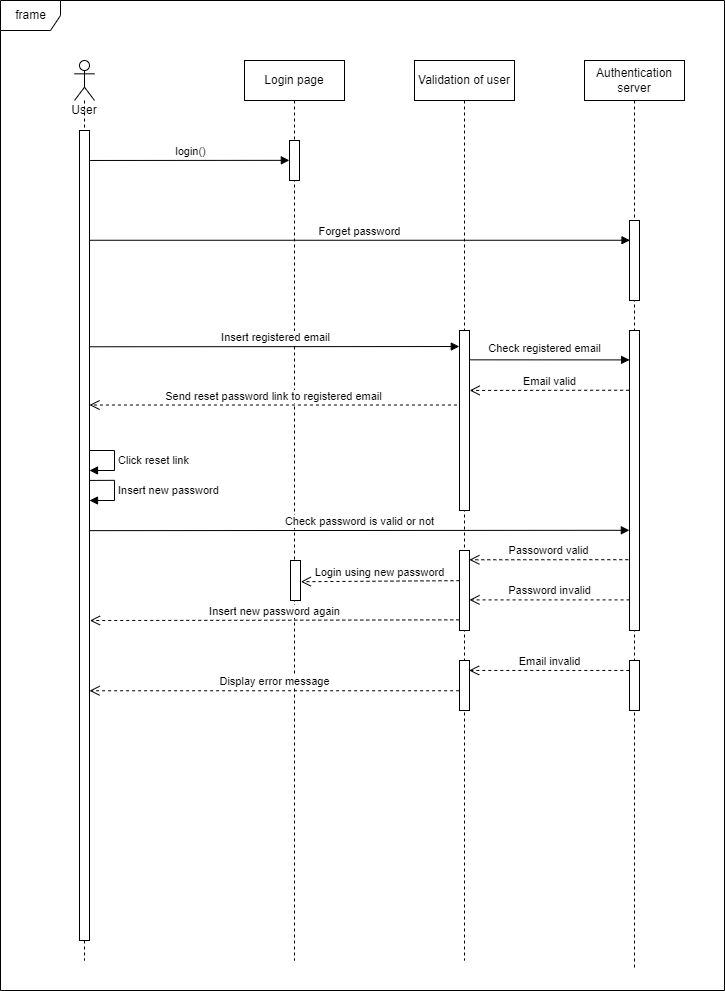
Above: proposal/submission/sec02/Allen/UC002/UC002(sequence).png in drshahizan/software-engineering (draw.io), before the change. Source tidied: cells renumbered, new cells last; positions are measured from the earlier drawing's top-left corner, leaving out a move shared by most shapes. The source it was exported from:
```xml
<mxGraphModel>
  <root>
    <mxCell id="0" />
    <mxCell id="1" parent="0" />
    <mxCell id="2" value="User" style="shape=umlLifeline;participant=umlActor;perimeter=lifelinePerimeter;whiteSpace=wrap;html=1;verticalAlign=top;spacingTop=36;" parent="1" vertex="1">
      <mxGeometry x="74" y="60" width="20" height="900" as="geometry" />
    </mxCell>
    <mxCell id="3" style="html=1;points=[];perimeter=orthogonalPerimeter;" parent="2" vertex="1">
      <mxGeometry x="5" y="70" width="10" height="810" as="geometry" />
    </mxCell>
    <mxCell id="4" value="Click reset link" style="edgeStyle=orthogonalEdgeStyle;html=1;align=left;spacingLeft=2;endArrow=block;rounded=0;entryX=1;entryY=0;" parent="2" edge="1">
      <mxGeometry relative="1" as="geometry">
        <mxPoint x="15" y="390" as="sourcePoint" />
        <mxPoint x="15" y="410" as="targetPoint" />
        <Array as="points">
          <mxPoint x="40" y="390" />
        </Array>
      </mxGeometry>
    </mxCell>
    <mxCell id="5" value="Insert new password" style="edgeStyle=orthogonalEdgeStyle;html=1;align=left;spacingLeft=2;endArrow=block;rounded=0;entryX=1;entryY=0;exitX=1.025;exitY=0.432;exitDx=0;exitDy=0;exitPerimeter=0;" parent="2" edge="1" source="3">
      <mxGeometry relative="1" as="geometry">
        <mxPoint x="15" y="440" as="targetPoint" />
        <Array as="points">
          <mxPoint x="40" y="420" />
          <mxPoint x="40" y="440" />
        </Array>
      </mxGeometry>
    </mxCell>
    <mxCell id="6" value="Login page" style="shape=umlLifeline;perimeter=lifelinePerimeter;whiteSpace=wrap;html=1;" parent="1" vertex="1">
      <mxGeometry x="244" y="60" width="100" height="900" as="geometry" />
    </mxCell>
    <mxCell id="7" style="html=1;points=[];perimeter=orthogonalPerimeter;" parent="6" vertex="1">
      <mxGeometry x="45" y="80" width="10" height="40" as="geometry" />
    </mxCell>
    <mxCell id="8" style="html=1;points=[];perimeter=orthogonalPerimeter;" parent="6" vertex="1">
      <mxGeometry x="46" y="500" width="10" height="40" as="geometry" />
    </mxCell>
    <mxCell id="9" value="Validation of user" style="shape=umlLifeline;perimeter=lifelinePerimeter;whiteSpace=wrap;html=1;" parent="1" vertex="1">
      <mxGeometry x="414" y="60" width="100" height="900" as="geometry" />
    </mxCell>
    <mxCell id="10" style="html=1;points=[];perimeter=orthogonalPerimeter;" parent="9" vertex="1">
      <mxGeometry x="45" y="270" width="10" height="180" as="geometry" />
    </mxCell>
    <mxCell id="11" style="html=1;points=[];perimeter=orthogonalPerimeter;" parent="9" vertex="1">
      <mxGeometry x="45" y="490" width="10" height="80" as="geometry" />
    </mxCell>
    <mxCell id="12" style="html=1;points=[];perimeter=orthogonalPerimeter;" parent="9" vertex="1">
      <mxGeometry x="45" y="600" width="10" height="50" as="geometry" />
    </mxCell>
    <mxCell id="13" value="Authentication server" style="shape=umlLifeline;perimeter=lifelinePerimeter;whiteSpace=wrap;html=1;" parent="1" vertex="1">
      <mxGeometry x="584" y="60" width="100" height="910" as="geometry" />
    </mxCell>
    <mxCell id="14" style="html=1;points=[];perimeter=orthogonalPerimeter;" parent="13" vertex="1">
      <mxGeometry x="45" y="160" width="10" height="80" as="geometry" />
    </mxCell>
    <mxCell id="15" style="html=1;points=[];perimeter=orthogonalPerimeter;" parent="13" vertex="1">
      <mxGeometry x="45" y="270" width="10" height="300" as="geometry" />
    </mxCell>
    <mxCell id="16" style="html=1;points=[];perimeter=orthogonalPerimeter;" parent="13" vertex="1">
      <mxGeometry x="45" y="600" width="10" height="50" as="geometry" />
    </mxCell>
    <mxCell id="17" value="login()" style="html=1;verticalAlign=bottom;endArrow=block;entryX=-0.014;entryY=0.496;entryDx=0;entryDy=0;entryPerimeter=0;exitX=1.067;exitY=0.037;exitDx=0;exitDy=0;exitPerimeter=0;" parent="1" edge="1" source="3" target="7">
      <mxGeometry relative="1" as="geometry" />
    </mxCell>
    <mxCell id="18" value="Forget password" style="html=1;verticalAlign=bottom;endArrow=block;entryX=0.052;entryY=0.247;entryDx=0;entryDy=0;entryPerimeter=0;" parent="1" edge="1" source="3" target="14">
      <mxGeometry relative="1" as="geometry" />
    </mxCell>
    <mxCell id="19" value="Insert registered email" style="html=1;verticalAlign=bottom;endArrow=block;exitX=1.055;exitY=0.267;exitDx=0;exitDy=0;exitPerimeter=0;entryX=-0.02;entryY=0.089;entryDx=0;entryDy=0;entryPerimeter=0;" parent="1" edge="1" source="3" target="10">
      <mxGeometry relative="1" as="geometry" />
    </mxCell>
    <mxCell id="20" value="Check registered email" style="html=1;verticalAlign=bottom;endArrow=block;entryX=0.009;entryY=0.098;entryDx=0;entryDy=0;entryPerimeter=0;exitX=1.037;exitY=0.163;exitDx=0;exitDy=0;exitPerimeter=0;" parent="1" edge="1" source="10" target="15">
      <mxGeometry x="-0.06" y="2" relative="1" as="geometry" />
    </mxCell>
    <mxCell id="21" value="Send reset password link to registered email" style="html=1;verticalAlign=bottom;endArrow=open;dashed=1;endSize=8;exitX=-0.256;exitY=0.414;exitDx=0;exitDy=0;exitPerimeter=0;" parent="1" edge="1" source="10" target="3">
      <mxGeometry relative="1" as="geometry" />
    </mxCell>
    <mxCell id="22" value="Email valid" style="html=1;verticalAlign=bottom;endArrow=open;dashed=1;endSize=8;entryX=1.013;entryY=0.333;entryDx=0;entryDy=0;entryPerimeter=0;exitX=-0.036;exitY=0.199;exitDx=0;exitDy=0;exitPerimeter=0;" parent="1" edge="1" source="15" target="10">
      <mxGeometry relative="1" as="geometry" />
    </mxCell>
    <mxCell id="23" value="Check password is valid or not" style="html=1;verticalAlign=bottom;endArrow=block;exitX=1.005;exitY=0.494;exitDx=0;exitDy=0;exitPerimeter=0;entryX=-0.014;entryY=0.666;entryDx=0;entryDy=0;entryPerimeter=0;" parent="1" edge="1" source="3" target="15">
      <mxGeometry relative="1" as="geometry" />
    </mxCell>
    <mxCell id="24" value="Passoword valid" style="html=1;verticalAlign=bottom;endArrow=open;dashed=1;endSize=8;exitX=-0.118;exitY=0.764;exitDx=0;exitDy=0;exitPerimeter=0;entryX=0.984;entryY=0.116;entryDx=0;entryDy=0;entryPerimeter=0;" parent="1" edge="1" source="15" target="11">
      <mxGeometry relative="1" as="geometry" />
    </mxCell>
    <mxCell id="25" value="Login using new password" style="html=1;verticalAlign=bottom;endArrow=open;dashed=1;endSize=8;exitX=-0.005;exitY=0.377;exitDx=0;exitDy=0;exitPerimeter=0;entryX=1.034;entryY=0.53;entryDx=0;entryDy=0;entryPerimeter=0;" parent="1" edge="1" source="11" target="8">
      <mxGeometry relative="1" as="geometry" />
    </mxCell>
    <mxCell id="26" value="Password invalid" style="html=1;verticalAlign=bottom;endArrow=open;dashed=1;endSize=8;exitX=0.009;exitY=0.898;exitDx=0;exitDy=0;exitPerimeter=0;" parent="1" edge="1" source="15" target="11">
      <mxGeometry relative="1" as="geometry" />
    </mxCell>
    <mxCell id="27" value="Insert new password again" style="html=1;verticalAlign=bottom;endArrow=open;dashed=1;endSize=8;exitX=-0.022;exitY=0.867;exitDx=0;exitDy=0;exitPerimeter=0;entryX=1.046;entryY=0.605;entryDx=0;entryDy=0;entryPerimeter=0;" parent="1" edge="1" source="11" target="3">
      <mxGeometry relative="1" as="geometry" />
    </mxCell>
    <mxCell id="28" value="Email invalid" style="html=1;verticalAlign=bottom;endArrow=open;dashed=1;endSize=8;exitX=-0.019;exitY=0.199;exitDx=0;exitDy=0;exitPerimeter=0;entryX=0.962;entryY=0.199;entryDx=0;entryDy=0;entryPerimeter=0;" parent="1" edge="1" source="16" target="12">
      <mxGeometry relative="1" as="geometry" />
    </mxCell>
    <mxCell id="29" value="Display error message" style="html=1;verticalAlign=bottom;endArrow=open;dashed=1;endSize=8;exitX=-0.038;exitY=0.605;exitDx=0;exitDy=0;exitPerimeter=0;" parent="1" edge="1" source="12" target="3">
      <mxGeometry relative="1" as="geometry" />
    </mxCell>
    <mxCell id="30" value="frame" style="shape=umlFrame;whiteSpace=wrap;html=1;" parent="1" vertex="1">
      <mxGeometry width="724" height="990" as="geometry" />
    </mxCell>
  </root>
</mxGraphModel>
```
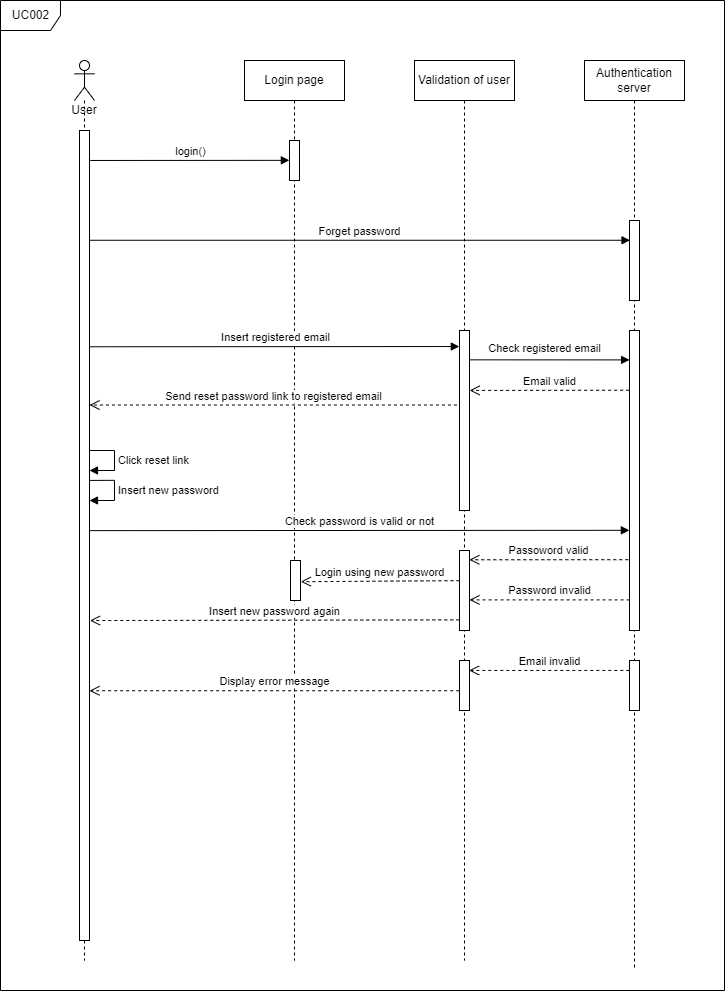
After the change.

The edit, as a diff of the source:
```diff
@@ -98,7 +98,7 @@
     <mxCell id="29" value="Display error message" style="html=1;verticalAlign=bottom;endArrow=open;dashed=1;endSize=8;exitX=-0.038;exitY=0.605;exitDx=0;exitDy=0;exitPerimeter=0;" parent="1" edge="1" source="12" target="3">
       <mxGeometry relative="1" as="geometry" />
     </mxCell>
-    <mxCell id="30" value="frame" style="shape=umlFrame;whiteSpace=wrap;html=1;" parent="1" vertex="1">
+    <mxCell id="30" value="UC002" style="shape=umlFrame;whiteSpace=wrap;html=1;" parent="1" vertex="1">
       <mxGeometry width="724" height="990" as="geometry" />
     </mxCell>
   </root>
```
